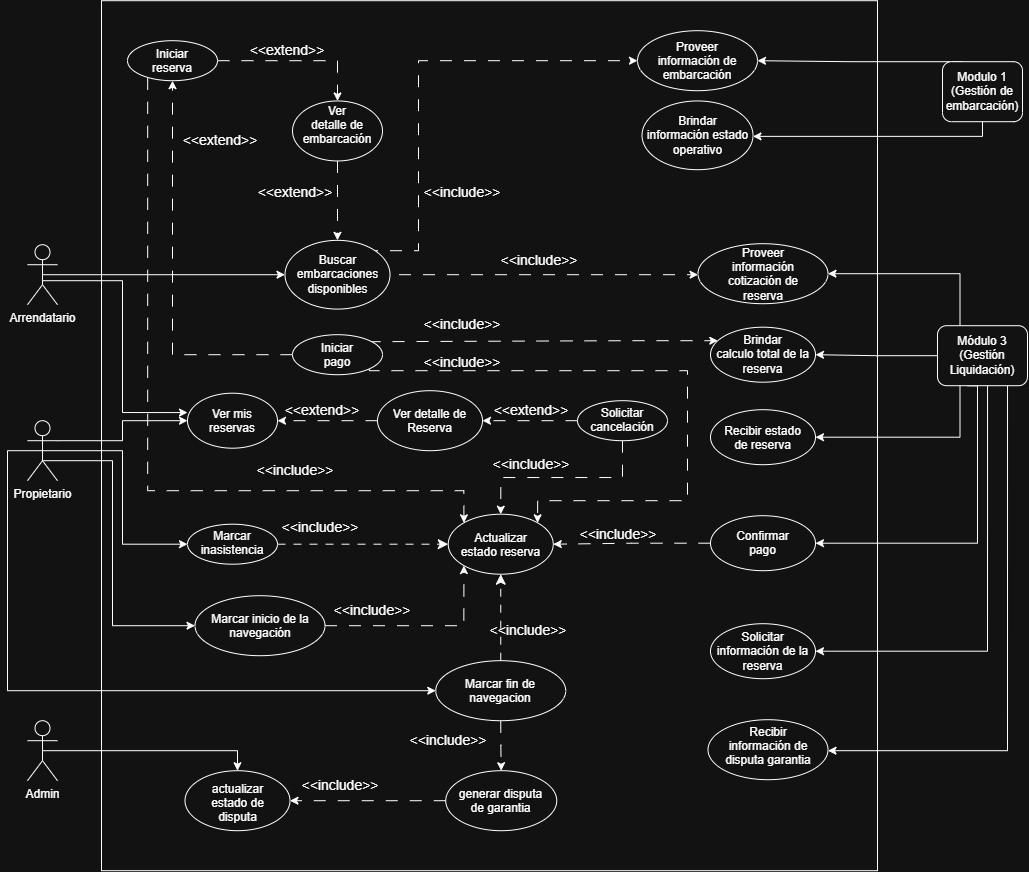
Before: Documentación/diagrams/Sea-Share module-Modulo 2.drawio (6).png, a diagram exported from draw.io (Alyson2105/SeaShare-modulo-2). Source tidied: cells renumbered, new cells last; positions are measured from the earlier drawing's top-left corner, leaving out a move shared by most shapes.
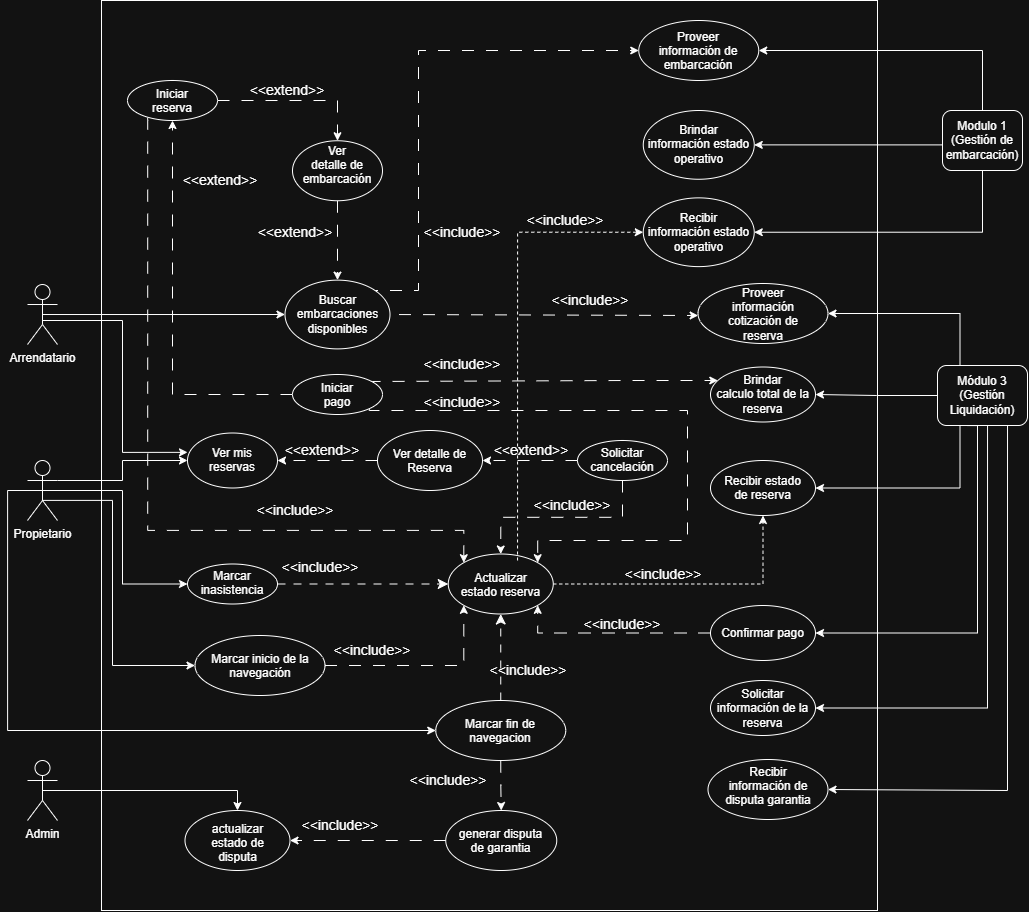
After the change.

The edit, as a diff of the source:
```diff
@@ -3,7 +3,7 @@
     <mxCell id="0" />
     <mxCell id="1" parent="0" />
     <mxCell id="2" style="rounded=0;whiteSpace=wrap;html=1;" parent="1" vertex="1">
-      <mxGeometry x="94" width="776" height="870" as="geometry" />
+      <mxGeometry x="94" y="-40" width="776" height="910" as="geometry" />
     </mxCell>
     <mxCell id="3" style="edgeStyle=orthogonalEdgeStyle;rounded=0;jettySize=auto;html=1;exitX=0.5;exitY=0.5;exitDx=0;exitDy=0;exitPerimeter=0;entryX=0;entryY=0.5;entryDx=0;entryDy=0;" parent="1" edge="1" source="7" target="17">
       <mxGeometry relative="1" as="geometry" />
@@ -58,6 +58,13 @@
     <mxCell id="14" value="&lt;div&gt;Brindar calculo total de la reserva&lt;/div&gt;" style="ellipse;whiteSpace=wrap;html=1;shapeInside=1;" parent="1" vertex="1">
       <mxGeometry x="703" y="326.5" width="105" height="55" as="geometry" />
     </mxCell>
+    <mxCell id="81" style="edgeStyle=orthogonalEdgeStyle;rounded=0;jettySize=auto;html=1;exitX=1;exitY=0.5;exitDx=0;exitDy=0;entryX=0.5;entryY=1;entryDx=0;entryDy=0;dashed=1;" parent="1" edge="1" source="15" target="43">
+      <mxGeometry x="-0.1" relative="1" as="geometry">
+        <Array as="points">
+          <mxPoint x="755.5" y="543.5" />
+        </Array>
+      </mxGeometry>
+    </mxCell>
     <mxCell id="15" value="&lt;div&gt;Actualizar estado reserva&lt;/div&gt;" style="ellipse;whiteSpace=wrap;html=1;shapeInside=1;" parent="1" vertex="1">
       <mxGeometry x="440.8" y="513.5" width="105" height="60" as="geometry" />
     </mxCell>
@@ -97,25 +104,24 @@
     <mxCell id="23" value="&amp;lt;&amp;lt;include&amp;gt;&amp;gt;" style="text;html=1;whiteSpace=wrap;strokeColor=none;fillColor=none;align=center;verticalAlign=middle;rounded=0;fontSize=14;rotation=0;" parent="1" vertex="1">
       <mxGeometry x="430" y="314" width="50" height="20" as="geometry" />
     </mxCell>
+    <mxCell id="25" style="edgeStyle=orthogonalEdgeStyle;rounded=0;jettySize=auto;html=1;exitX=0.5;exitY=0;exitDx=0;exitDy=0;entryX=1;entryY=0.5;entryDx=0;entryDy=0;" parent="1" edge="1" source="26" target="27">
+      <mxGeometry x="0.08" relative="1" as="geometry" />
+    </mxCell>
+    <mxCell id="82" style="edgeStyle=orthogonalEdgeStyle;rounded=0;jettySize=auto;html=1;exitX=0.5;exitY=1;exitDx=0;exitDy=0;entryX=1;entryY=0.5;entryDx=0;entryDy=0;" parent="1" edge="1" source="26" target="83">
+      <mxGeometry x="-0.07" relative="1" as="geometry" />
+    </mxCell>
-    <mxCell id="24" style="edgeStyle=orthogonalEdgeStyle;rounded=0;jettySize=auto;html=1;exitX=0.5;exitY=1;exitDx=0;exitDy=0;entryX=1;entryY=0.5;entryDx=0;entryDy=0;" parent="1" edge="1" source="26" target="45">
+    <mxCell id="24" style="edgeStyle=orthogonalEdgeStyle;rounded=0;jettySize=auto;html=1;exitX=0;exitY=0.75;exitDx=0;exitDy=0;entryX=1;entryY=0.5;entryDx=0;entryDy=0;" parent="1" edge="1" source="26" target="45">
       <mxGeometry relative="1" as="geometry">
         <Array as="points">
-          <mxPoint x="975" y="135.6" />
+          <mxPoint x="935" y="104.4" />
         </Array>
       </mxGeometry>
     </mxCell>
-    <mxCell id="25" style="edgeStyle=orthogonalEdgeStyle;rounded=0;jettySize=auto;html=1;exitX=0.25;exitY=0;exitDx=0;exitDy=0;entryX=1;entryY=0.5;entryDx=0;entryDy=0;" parent="1" edge="1" source="26" target="27">
-      <mxGeometry relative="1" as="geometry">
-        <Array as="points">
-          <mxPoint x="842.6" y="60" />
-        </Array>
-      </mxGeometry>
-    </mxCell>
     <mxCell id="26" value="Modulo 1 (Gestión de embarcación)" style="rounded=1;whiteSpace=wrap;html=1;" parent="1" vertex="1">
-      <mxGeometry x="935" y="61" width="80" height="60" as="geometry" />
+      <mxGeometry x="935" y="70" width="80" height="60" as="geometry" />
     </mxCell>
     <mxCell id="27" value="Proveer información de embarcación" style="ellipse;whiteSpace=wrap;html=1;shapeInside=1;" parent="1" vertex="1">
-      <mxGeometry x="630" y="30" width="120" height="60" as="geometry" />
+      <mxGeometry x="631.2" y="-20" width="120" height="60" as="geometry" />
     </mxCell>
     <mxCell id="28" style="edgeStyle=orthogonalEdgeStyle;rounded=0;orthogonalLoop=1;jettySize=auto;html=1;innerLoopWaypoints=1;exitX=0.5;exitY=1;exitDx=0;exitDy=0;" parent="1" edge="1" source="19" target="19">
       <mxGeometry relative="1" as="geometry" />
@@ -124,17 +130,13 @@
       <mxGeometry x="288" y="517" width="50" height="20" as="geometry" />
     </mxCell>
     <mxCell id="30" style="edgeStyle=orthogonalEdgeStyle;rounded=0;jettySize=auto;html=1;exitX=0.556;exitY=0.997;exitDx=0;exitDy=0;entryX=1;entryY=0.5;entryDx=0;entryDy=0;exitPerimeter=0;" parent="1" edge="1" source="36" target="44">
-      <mxGeometry relative="1" as="geometry">
-        <Array as="points">
-          <mxPoint x="980" y="651.5" />
-        </Array>
-      </mxGeometry>
+      <mxGeometry relative="1" as="geometry" />
     </mxCell>
     <mxCell id="31" style="edgeStyle=orthogonalEdgeStyle;rounded=0;jettySize=auto;html=1;exitX=0.333;exitY=1.001;exitDx=0;exitDy=0;entryX=1;entryY=0.5;entryDx=0;entryDy=0;exitPerimeter=0;" parent="1" edge="1" source="36" target="39">
       <mxGeometry relative="1" as="geometry">
         <Array as="points">
           <mxPoint x="970" y="385.1" />
-          <mxPoint x="970" y="543.5" />
+          <mxPoint x="970" y="592.5" />
         </Array>
       </mxGeometry>
     </mxCell>
@@ -160,11 +162,15 @@
     <mxCell id="37" value="Proveer información cotización de reserva" style="ellipse;whiteSpace=wrap;html=1;shapeInside=1;" parent="1" vertex="1">
       <mxGeometry x="690.5" y="243" width="130" height="60" as="geometry" />
     </mxCell>
-    <mxCell id="38" style="edgeStyle=orthogonalEdgeStyle;rounded=0;jettySize=auto;html=1;exitX=0;exitY=0.5;exitDx=0;exitDy=0;entryX=1;entryY=0.5;entryDx=0;entryDy=0;dashed=1;dashPattern=12 12;" parent="1" edge="1" source="39" target="15">
-      <mxGeometry relative="1" as="geometry" />
+    <mxCell id="38" style="edgeStyle=orthogonalEdgeStyle;rounded=0;jettySize=auto;html=1;exitX=0;exitY=0.5;exitDx=0;exitDy=0;entryX=1;entryY=1;entryDx=0;entryDy=0;dashed=1;dashPattern=12 12;" parent="1" edge="1" source="39" target="15">
+      <mxGeometry relative="1" as="geometry">
+        <Array as="points">
+          <mxPoint x="530.2" y="592.5" />
+        </Array>
+      </mxGeometry>
     </mxCell>
     <mxCell id="39" value="&lt;div&gt;Confirmar pago&lt;/div&gt;" style="ellipse;whiteSpace=wrap;html=1;shapeInside=1;" parent="1" vertex="1">
-      <mxGeometry x="703" y="515" width="105" height="55" as="geometry" />
+      <mxGeometry x="703" y="565" width="105" height="55" as="geometry" />
     </mxCell>
     <mxCell id="40" style="group;" parent="1" vertex="1">
       <mxGeometry x="428.2" y="740" width="121" height="90" as="geometry" />
@@ -176,13 +182,13 @@
       <mxGeometry x="-12.5" y="-10" width="50" height="20" as="geometry" />
     </mxCell>
     <mxCell id="43" value="Recibir estado de reserva" style="ellipse;whiteSpace=wrap;html=1;shapeInside=1;" parent="1" vertex="1">
-      <mxGeometry x="703" y="409" width="105" height="55" as="geometry" />
+      <mxGeometry x="703" y="420" width="105" height="55" as="geometry" />
     </mxCell>
     <mxCell id="44" value="Solicitar información de la reserva&lt;div&gt;&lt;br/&gt;&lt;/div&gt;" style="ellipse;whiteSpace=wrap;html=1;shapeInside=1;" parent="1" vertex="1">
-      <mxGeometry x="703" y="623" width="105" height="55" as="geometry" />
+      <mxGeometry x="703" y="640" width="105" height="55" as="geometry" />
     </mxCell>
     <mxCell id="45" value="Brindar información estado operativo" style="ellipse;whiteSpace=wrap;html=1;shapeInside=1;" parent="1" vertex="1">
-      <mxGeometry x="634.5" y="100.2" width="111" height="68.8" as="geometry" />
+      <mxGeometry x="635.8" y="70" width="111" height="68.8" as="geometry" />
     </mxCell>
     <mxCell id="46" style="edgeStyle=orthogonalEdgeStyle;rounded=0;jettySize=auto;html=1;exitX=1;exitY=0.5;exitDx=0;exitDy=0;entryX=0;entryY=1;entryDx=0;entryDy=0;dashed=1;dashPattern=12 12;" parent="1" edge="1" source="47" target="15">
       <mxGeometry relative="1" as="geometry" />
@@ -208,12 +214,12 @@
     <mxCell id="53" value="&amp;lt;&amp;lt;include&amp;gt;&amp;gt;" style="text;html=1;whiteSpace=wrap;strokeColor=none;fillColor=none;align=center;verticalAlign=middle;rounded=0;fontSize=14;" parent="1" vertex="1">
       <mxGeometry x="430" y="181.8" width="50" height="20" as="geometry" />
     </mxCell>
-    <mxCell id="54" style="edgeStyle=orthogonalEdgeStyle;rounded=0;jettySize=auto;html=1;exitX=1;exitY=0;exitDx=0;exitDy=0;dashed=1;dashPattern=12 12;" parent="1" edge="1" target="27">
-      <mxGeometry relative="1" as="geometry">
+    <mxCell id="54" style="edgeStyle=orthogonalEdgeStyle;rounded=0;jettySize=auto;html=1;exitX=1;exitY=0;exitDx=0;exitDy=0;dashed=1;dashPattern=12 12;entryX=0;entryY=0.5;entryDx=0;entryDy=0;" parent="1" edge="1" target="27">
+      <mxGeometry x="0.05" relative="1" as="geometry">
         <mxPoint x="310.5" y="250" as="sourcePoint" />
         <Array as="points">
           <mxPoint x="411" y="250" />
-          <mxPoint x="411" y="60" />
+          <mxPoint x="411" y="10" />
         </Array>
       </mxGeometry>
     </mxCell>
@@ -231,10 +237,10 @@
       <mxGeometry x="262.5" y="181.8" width="50" height="20" as="geometry" />
     </mxCell>
     <mxCell id="58" value="&amp;lt;&amp;lt;include&amp;gt;&amp;gt;" style="text;html=1;whiteSpace=wrap;strokeColor=none;fillColor=none;align=center;verticalAlign=middle;rounded=0;fontSize=14;" parent="1" vertex="1">
-      <mxGeometry x="507" y="250" width="50" height="20" as="geometry" />
+      <mxGeometry x="558.2" y="250" width="50" height="20" as="geometry" />
     </mxCell>
     <mxCell id="59" value="&amp;lt;&amp;lt;include&amp;gt;&amp;gt;" style="text;html=1;whiteSpace=wrap;strokeColor=none;fillColor=none;align=center;verticalAlign=middle;rounded=0;fontSize=14;rotation=0;" parent="1" vertex="1">
-      <mxGeometry x="499.2" y="454" width="50" height="20" as="geometry" />
+      <mxGeometry x="540" y="455" width="50" height="20" as="geometry" />
     </mxCell>
     <mxCell id="60" value="&amp;lt;&amp;lt;include&amp;gt;&amp;gt;" style="text;html=1;whiteSpace=wrap;strokeColor=none;fillColor=none;align=center;verticalAlign=middle;rounded=0;fontSize=14;rotation=0;" parent="1" vertex="1">
       <mxGeometry x="262.5" y="460" width="50" height="20" as="geometry" />
@@ -243,7 +249,7 @@
       <mxGeometry x="177.5" y="770" width="105" height="60" as="geometry" />
     </mxCell>
     <mxCell id="62" value="&amp;lt;&amp;lt;include&amp;gt;&amp;gt;" style="text;html=1;whiteSpace=wrap;strokeColor=none;fillColor=none;align=center;verticalAlign=middle;rounded=0;fontSize=14;rotation=0;" parent="1" vertex="1">
-      <mxGeometry x="585.8" y="523.5" width="50" height="20" as="geometry" />
+      <mxGeometry x="590" y="573.5" width="50" height="20" as="geometry" />
     </mxCell>
     <mxCell id="63" style="edgeStyle=orthogonalEdgeStyle;rounded=0;jettySize=auto;html=1;exitX=0.5;exitY=0.5;exitDx=0;exitDy=0;exitPerimeter=0;entryX=0.5;entryY=0;entryDx=0;entryDy=0;" parent="1" edge="1" source="64" target="61">
       <mxGeometry relative="1" as="geometry" />
@@ -305,5 +311,21 @@
     <mxCell id="80" value="&amp;lt;&amp;lt;include&amp;gt;&amp;gt;" style="text;html=1;whiteSpace=wrap;strokeColor=none;fillColor=none;align=center;verticalAlign=middle;rounded=0;fontSize=14;rotation=0;" parent="1" vertex="1">
       <mxGeometry x="430" y="352" width="50" height="20" as="geometry" />
     </mxCell>
+    <mxCell id="83" value="Recibir información estado operativo" style="ellipse;whiteSpace=wrap;html=1;shapeInside=1;" parent="1" vertex="1">
+      <mxGeometry x="635.8" y="157.4" width="111" height="68.8" as="geometry" />
+    </mxCell>
+    <mxCell id="84" value="&amp;lt;&amp;lt;include&amp;gt;&amp;gt;" style="text;html=1;whiteSpace=wrap;strokeColor=none;fillColor=none;align=center;verticalAlign=middle;rounded=0;fontSize=14;rotation=0;" parent="1" vertex="1">
+      <mxGeometry x="631.2" y="523.5" width="50" height="20" as="geometry" />
+    </mxCell>
+    <mxCell id="85" style="edgeStyle=orthogonalEdgeStyle;rounded=0;jettySize=auto;html=1;exitX=0.66;exitY=0.108;exitDx=0;exitDy=0;entryX=0;entryY=0.5;entryDx=0;entryDy=0;dashed=1;exitPerimeter=0;" parent="1" edge="1" source="15" target="83">
+      <mxGeometry relative="1" as="geometry">
+        <Array as="points">
+          <mxPoint x="510.1" y="191.7" />
+        </Array>
+      </mxGeometry>
+    </mxCell>
+    <mxCell id="86" value="&amp;lt;&amp;lt;include&amp;gt;&amp;gt;" style="text;html=1;whiteSpace=wrap;strokeColor=none;fillColor=none;align=center;verticalAlign=middle;rounded=0;fontSize=14;" parent="1" vertex="1">
+      <mxGeometry x="533" y="170" width="50" height="20" as="geometry" />
+    </mxCell>
   </root>
 </mxGraphModel>
```
